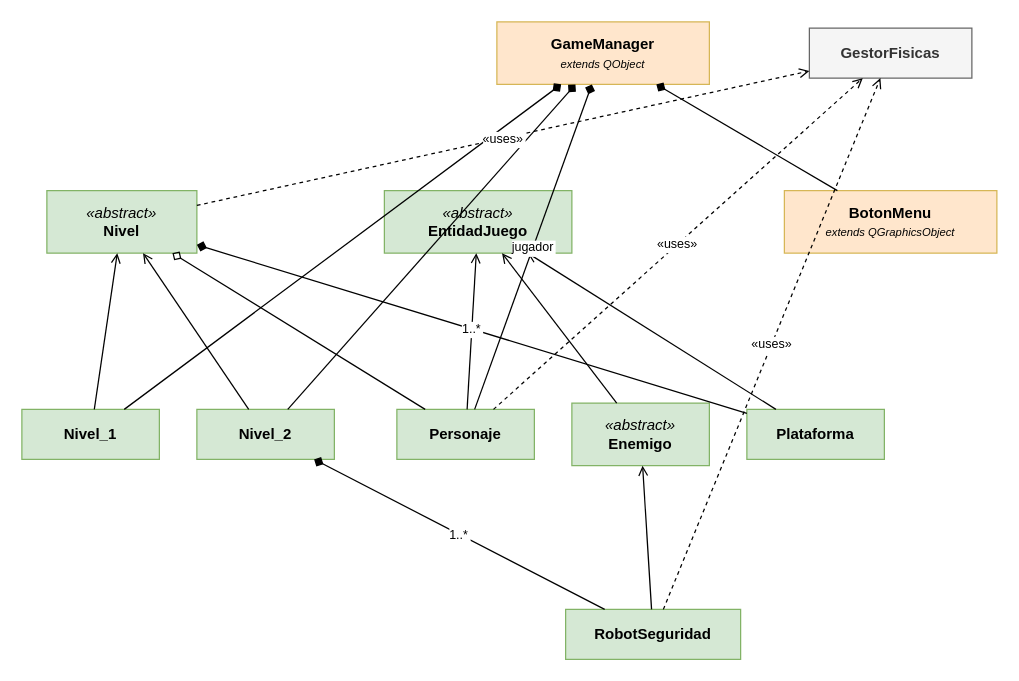
The draw.io diagram Momentos/diagrama_clases_resumen.drawio in juan-david-naranjo/Proyectofinal_info2, before the edit. Source tidied: cells renumbered, new cells numbered last; positions are measured from the earlier drawing's top-left corner, leaving out a move shared by most shapes. Both pictures are drawn from the tidied source at 125%, with x=0, y=0 at pixel (21, 21).
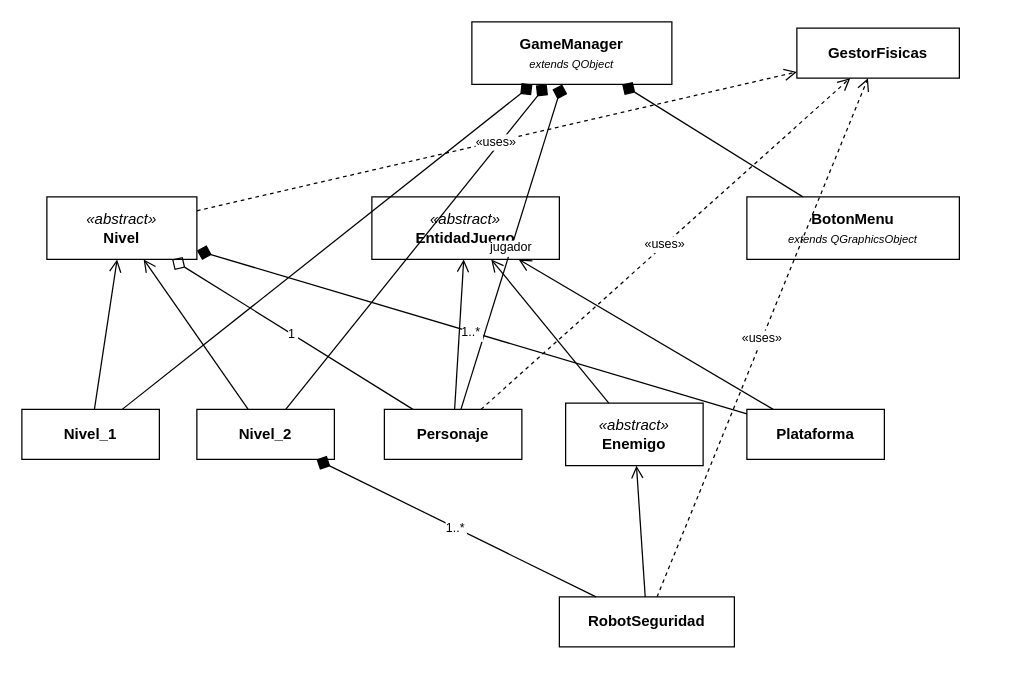
After the change.

What changed in the source:
```diff
@@
-<mxGraphModel>
+<mxGraphModel background="#ffffff">
@@
-    <mxCell id="2" value="&lt;b&gt;GameManager&lt;/b&gt;&lt;br/&gt;&lt;i style='font-size:9px'&gt;extends QObject&lt;/i&gt;" style="rounded=0;whiteSpace=wrap;html=1;fillColor=#ffe6cc;strokeColor=#d6b656;fontSize=12;align=center;" parent="1" vertex="1">
-      <mxGeometry x="380" width="170" height="50" as="geometry" />
+    <mxCell id="2" value="&lt;b&gt;GameManager&lt;/b&gt;&lt;br/&gt;&lt;i style='font-size:9px'&gt;extends QObject&lt;/i&gt;" style="rounded=0;whiteSpace=wrap;html=1;fillColor=#ffffff;strokeColor=#000000;fontSize=12;align=center;" parent="1" vertex="1">
+      <mxGeometry x="360" width="160" height="50" as="geometry" />
     </mxCell>
-    <mxCell id="3" value="&lt;b&gt;GestorFisicas&lt;/b&gt;" style="rounded=0;whiteSpace=wrap;html=1;fillColor=#f5f5f5;strokeColor=#666666;fontColor=#333333;fontSize=12;align=center;" parent="1" vertex="1">
-      <mxGeometry x="630" y="5" width="130" height="40" as="geometry" />
+    <mxCell id="3" value="&lt;b&gt;GestorFisicas&lt;/b&gt;" style="rounded=0;whiteSpace=wrap;html=1;fillColor=#ffffff;strokeColor=#000000;fontSize=12;align=center;" parent="1" vertex="1">
+      <mxGeometry x="620" y="5" width="130" height="40" as="geometry" />
     </mxCell>
-    <mxCell id="4" value="&lt;i&gt;«abstract»&lt;/i&gt;&lt;br/&gt;&lt;b&gt;Nivel&lt;/b&gt;" style="rounded=0;whiteSpace=wrap;html=1;fillColor=#d5e8d4;strokeColor=#82b366;fontSize=12;align=center;" parent="1" vertex="1">
-      <mxGeometry x="20" y="135" width="120" height="50" as="geometry" />
+    <mxCell id="4" value="&lt;i&gt;«abstract»&lt;/i&gt;&lt;br/&gt;&lt;b&gt;Nivel&lt;/b&gt;" style="rounded=0;whiteSpace=wrap;html=1;fillColor=#ffffff;strokeColor=#000000;fontSize=12;align=center;" parent="1" vertex="1">
+      <mxGeometry x="20" y="140" width="120" height="50" as="geometry" />
     </mxCell>
-    <mxCell id="5" value="&lt;i&gt;«abstract»&lt;/i&gt;&lt;br/&gt;&lt;b&gt;EntidadJuego&lt;/b&gt;" style="rounded=0;whiteSpace=wrap;html=1;fillColor=#d5e8d4;strokeColor=#82b366;fontSize=12;align=center;" parent="1" vertex="1">
-      <mxGeometry x="290" y="135" width="150" height="50" as="geometry" />
+    <mxCell id="5" value="&lt;i&gt;«abstract»&lt;/i&gt;&lt;br/&gt;&lt;b&gt;EntidadJuego&lt;/b&gt;" style="rounded=0;whiteSpace=wrap;html=1;fillColor=#ffffff;strokeColor=#000000;fontSize=12;align=center;" parent="1" vertex="1">
+      <mxGeometry x="280" y="140" width="150" height="50" as="geometry" />
     </mxCell>
-    <mxCell id="6" value="&lt;b&gt;BotonMenu&lt;/b&gt;&lt;br/&gt;&lt;i style='font-size:9px'&gt;extends QGraphicsObject&lt;/i&gt;" style="rounded=0;whiteSpace=wrap;html=1;fillColor=#ffe6cc;strokeColor=#d6b656;fontSize=12;align=center;" parent="1" vertex="1">
-      <mxGeometry x="610" y="135" width="170" height="50" as="geometry" />
+    <mxCell id="6" value="&lt;b&gt;BotonMenu&lt;/b&gt;&lt;br/&gt;&lt;i style='font-size:9px'&gt;extends QGraphicsObject&lt;/i&gt;" style="rounded=0;whiteSpace=wrap;html=1;fillColor=#ffffff;strokeColor=#000000;fontSize=12;align=center;" parent="1" vertex="1">
+      <mxGeometry x="580" y="140" width="170" height="50" as="geometry" />
     </mxCell>
-    <mxCell id="7" value="&lt;b&gt;Nivel_1&lt;/b&gt;" style="rounded=0;whiteSpace=wrap;html=1;fillColor=#d5e8d4;strokeColor=#82b366;fontSize=12;align=center;" parent="1" vertex="1">
+    <mxCell id="7" value="&lt;b&gt;Nivel_1&lt;/b&gt;" style="rounded=0;whiteSpace=wrap;html=1;fillColor=#ffffff;strokeColor=#000000;fontSize=12;align=center;" parent="1" vertex="1">
       <mxGeometry y="310" width="110" height="40" as="geometry" />
     </mxCell>
-    <mxCell id="8" value="&lt;b&gt;Nivel_2&lt;/b&gt;" style="rounded=0;whiteSpace=wrap;html=1;fillColor=#d5e8d4;strokeColor=#82b366;fontSize=12;align=center;" parent="1" vertex="1">
+    <mxCell id="8" value="&lt;b&gt;Nivel_2&lt;/b&gt;" style="rounded=0;whiteSpace=wrap;html=1;fillColor=#ffffff;strokeColor=#000000;fontSize=12;align=center;" parent="1" vertex="1">
       <mxGeometry x="140" y="310" width="110" height="40" as="geometry" />
     </mxCell>
-    <mxCell id="9" value="&lt;b&gt;Personaje&lt;/b&gt;" style="rounded=0;whiteSpace=wrap;html=1;fillColor=#d5e8d4;strokeColor=#82b366;fontSize=12;align=center;" parent="1" vertex="1">
-      <mxGeometry x="300" y="310" width="110" height="40" as="geometry" />
+    <mxCell id="9" value="&lt;b&gt;Personaje&lt;/b&gt;" style="rounded=0;whiteSpace=wrap;html=1;fillColor=#ffffff;strokeColor=#000000;fontSize=12;align=center;" parent="1" vertex="1">
+      <mxGeometry x="290" y="310" width="110" height="40" as="geometry" />
     </mxCell>
-    <mxCell id="10" value="&lt;i&gt;«abstract»&lt;/i&gt;&lt;br/&gt;&lt;b&gt;Enemigo&lt;/b&gt;" style="rounded=0;whiteSpace=wrap;html=1;fillColor=#d5e8d4;strokeColor=#82b366;fontSize=12;align=center;" parent="1" vertex="1">
-      <mxGeometry x="440" y="305" width="110" height="50" as="geometry" />
+    <mxCell id="10" value="&lt;i&gt;«abstract»&lt;/i&gt;&lt;br/&gt;&lt;b&gt;Enemigo&lt;/b&gt;" style="rounded=0;whiteSpace=wrap;html=1;fillColor=#ffffff;strokeColor=#000000;fontSize=12;align=center;" parent="1" vertex="1">
+      <mxGeometry x="435" y="305" width="110" height="50" as="geometry" />
     </mxCell>
-    <mxCell id="11" value="&lt;b&gt;Plataforma&lt;/b&gt;" style="rounded=0;whiteSpace=wrap;html=1;fillColor=#d5e8d4;strokeColor=#82b366;fontSize=12;align=center;" parent="1" vertex="1">
+    <mxCell id="11" value="&lt;b&gt;Plataforma&lt;/b&gt;" style="rounded=0;whiteSpace=wrap;html=1;fillColor=#ffffff;strokeColor=#000000;fontSize=12;align=center;" parent="1" vertex="1">
       <mxGeometry x="580" y="310" width="110" height="40" as="geometry" />
     </mxCell>
-    <mxCell id="12" value="&lt;b&gt;RobotSeguridad&lt;/b&gt;" style="rounded=0;whiteSpace=wrap;html=1;fillColor=#d5e8d4;strokeColor=#82b366;fontSize=12;align=center;" parent="1" vertex="1">
-      <mxGeometry x="435" y="470" width="140" height="40" as="geometry" />
+    <mxCell id="12" value="&lt;b&gt;RobotSeguridad&lt;/b&gt;" style="rounded=0;whiteSpace=wrap;html=1;fillColor=#ffffff;strokeColor=#000000;fontSize=12;align=center;" parent="1" vertex="1">
+      <mxGeometry x="430" y="460" width="140" height="40" as="geometry" />
     </mxCell>
-    <mxCell id="13" style="endArrow=open;endFill=0;startArrow=none;" parent="1" edge="1" source="7" target="4">
+    <mxCell id="13" style="endArrow=open;endFill=0;startArrow=none;endSize=8;" parent="1" edge="1" source="7" target="4">
       <mxGeometry relative="1" as="geometry" />
     </mxCell>
-    <mxCell id="14" style="endArrow=open;endFill=0;startArrow=none;" parent="1" edge="1" source="8" target="4">
+    <mxCell id="14" style="endArrow=open;endFill=0;startArrow=none;endSize=8;" parent="1" edge="1" source="8" target="4">
       <mxGeometry relative="1" as="geometry" />
     </mxCell>
-    <mxCell id="15" style="endArrow=open;endFill=0;startArrow=none;" parent="1" edge="1" source="9" target="5">
+    <mxCell id="15" style="endArrow=open;endFill=0;startArrow=none;endSize=8;" parent="1" edge="1" source="9" target="5">
       <mxGeometry relative="1" as="geometry" />
     </mxCell>
-    <mxCell id="16" style="endArrow=open;endFill=0;startArrow=none;" parent="1" edge="1" source="10" target="5">
+    <mxCell id="16" style="endArrow=open;endFill=0;startArrow=none;endSize=8;" parent="1" edge="1" source="10" target="5">
       <mxGeometry relative="1" as="geometry" />
     </mxCell>
-    <mxCell id="17" style="endArrow=open;endFill=0;startArrow=none;" parent="1" edge="1" source="11" target="5">
+    <mxCell id="17" style="endArrow=open;endFill=0;startArrow=none;endSize=8;" parent="1" edge="1" source="11" target="5">
       <mxGeometry relative="1" as="geometry" />
     </mxCell>
-    <mxCell id="18" style="endArrow=open;endFill=0;startArrow=none;" parent="1" edge="1" source="12" target="10">
+    <mxCell id="18" style="endArrow=open;endFill=0;startArrow=none;endSize=8;" parent="1" edge="1" source="12" target="10">
       <mxGeometry relative="1" as="geometry" />
     </mxCell>
-    <mxCell id="19" style="endArrow=diamond;endFill=1;startArrow=none;" parent="1" edge="1" source="7" target="2">
+    <mxCell id="19" value="jugador" style="endArrow=diamond;endFill=1;startArrow=none;endSize=10;fontSize=10;" parent="1" edge="1" source="9" target="2">
       <mxGeometry relative="1" as="geometry" />
     </mxCell>
-    <mxCell id="20" style="endArrow=diamond;endFill=1;startArrow=none;" parent="1" edge="1" source="8" target="2">
+    <mxCell id="20" style="endArrow=diamond;endFill=1;startArrow=none;endSize=10;" parent="1" edge="1" source="7" target="2">
       <mxGeometry relative="1" as="geometry" />
     </mxCell>
-    <mxCell id="21" value="jugador" style="endArrow=diamond;endFill=1;startArrow=none;fontSize=10;" parent="1" edge="1" source="9" target="2">
+    <mxCell id="21" style="endArrow=diamond;endFill=1;startArrow=none;endSize=10;" parent="1" edge="1" source="8" target="2">
       <mxGeometry relative="1" as="geometry" />
     </mxCell>
-    <mxCell id="22" style="endArrow=diamond;endFill=1;startArrow=none;" parent="1" edge="1" source="6" target="2">
+    <mxCell id="22" style="endArrow=diamond;endFill=1;startArrow=none;endSize=10;" parent="1" edge="1" source="6" target="2">
       <mxGeometry relative="1" as="geometry" />
     </mxCell>
-    <mxCell id="23" value="1..*" style="endArrow=diamond;endFill=1;startArrow=none;fontSize=10;" parent="1" edge="1" source="11" target="4">
-      <mxGeometry relative="1" as="geometry" />
-    </mxCell>
-    <mxCell id="24" value="1..*" style="endArrow=diamond;endFill=1;startArrow=none;fontSize=10;" parent="1" edge="1" source="12" target="8">
+    <mxCell id="24" value="1..*" style="endArrow=diamond;endFill=1;startArrow=none;endSize=10;fontSize=10;" parent="1" edge="1" source="11" target="4">
       <mxGeometry relative="1" as="geometry" />
     </mxCell>
-    <mxCell id="25" style="endArrow=diamond;endFill=0;startArrow=none;" parent="1" edge="1" source="9" target="4">
+    <mxCell id="25" value="1..*" style="endArrow=diamond;endFill=1;startArrow=none;endSize=10;fontSize=10;" parent="1" edge="1" source="12" target="8">
       <mxGeometry relative="1" as="geometry" />
     </mxCell>
+    <mxCell id="23" value="1" style="endArrow=diamond;endFill=0;startArrow=none;endSize=10;fontSize=10;" parent="1" edge="1" source="9" target="4">
+      <mxGeometry relative="1" as="geometry" />
+    </mxCell>
-    <mxCell id="26" value="«uses»" style="endArrow=open;endFill=0;startArrow=none;dashed=1;fontSize=10;" parent="1" edge="1" source="9" target="3">
+    <mxCell id="26" value="«uses»" style="endArrow=open;endFill=0;startArrow=none;dashed=1;endSize=8;fontSize=10;" parent="1" edge="1" source="9" target="3">
       <mxGeometry relative="1" as="geometry" />
     </mxCell>
-    <mxCell id="27" value="«uses»" style="endArrow=open;endFill=0;startArrow=none;dashed=1;fontSize=10;" parent="1" edge="1" source="4" target="3">
+    <mxCell id="27" value="«uses»" style="endArrow=open;endFill=0;startArrow=none;dashed=1;endSize=8;fontSize=10;" parent="1" edge="1" source="4" target="3">
       <mxGeometry relative="1" as="geometry" />
     </mxCell>
-    <mxCell id="28" value="«uses»" style="endArrow=open;endFill=0;startArrow=none;dashed=1;fontSize=10;" parent="1" edge="1" source="12" target="3">
+    <mxCell id="28" value="«uses»" style="endArrow=open;endFill=0;startArrow=none;dashed=1;endSize=8;fontSize=10;" parent="1" edge="1" source="12" target="3">
       <mxGeometry relative="1" as="geometry" />
     </mxCell>
```
